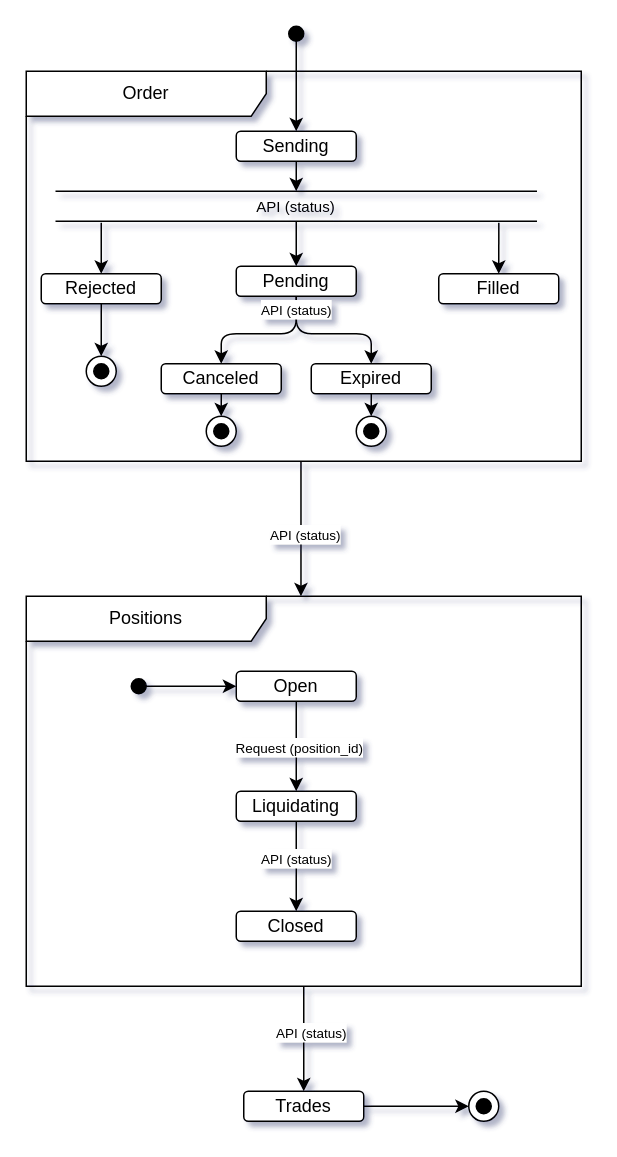
DPayne25/oms keeps this draw.io diagram as page "state" (1 of 3) of docs/diagrams/project_diagram.drawio. Above is the earlier version. Source tidied: cells renumbered, new cells numbered last; positions are measured from the earlier drawing's top-left corner, leaving out a move shared by most shapes. Both pictures are drawn from the tidied source at 150%, with x=0, y=0 at pixel (26, 26).
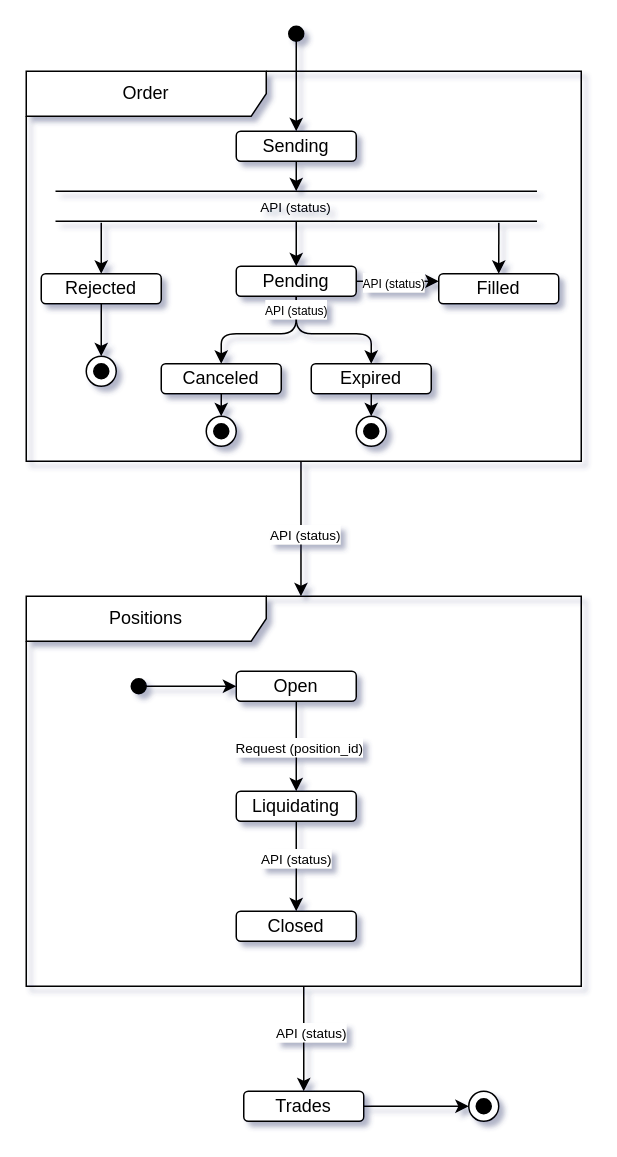
The same page after the edit.

Commit message (it also covers changes not shown here):
edit state diagram

The change refers to these unchanged cells:
```xml
<mxCell id="17" value="Order" style="shape=umlFrame;whiteSpace=wrap;html=1;width=160;" parent="16" vertex="1">
  <mxGeometry y="30" width="370" height="260" as="geometry" />
</mxCell>
<mxCell id="25" style="edgeStyle=none;html=1;exitX=0.5;exitY=1;exitDx=0;exitDy=0;entryX=0.5;entryY=0;entryDx=0;entryDy=0;" parent="23" edge="1" source="27" target="28">
  <mxGeometry relative="1" as="geometry">
    <Array as="points">
      <mxPoint x="90" y="45" />
      <mxPoint x="40" y="45" />
    </Array>
  </mxGeometry>
</mxCell>
<mxCell id="27" value="Pending" style="rounded=1;whiteSpace=wrap;html=1;" parent="23" vertex="1">
  <mxGeometry x="50" width="80" height="20" as="geometry" />
</mxCell>
```

Diff of the diagram source:
```diff
@@
-    <mxCell id="21" value="&lt;font style=&quot;font-size: 10px;&quot; face=&quot;Jet Brains Mono&quot;&gt;API (status)&lt;/font&gt;" style="shape=partialRectangle;whiteSpace=wrap;html=1;left=0;right=0;fillColor=none;" parent="17" vertex="1">
+    <mxCell id="21" value="&lt;font face=&quot;Helvetica&quot; style=&quot;font-size: 9px;&quot;&gt;API (status)&lt;/font&gt;" style="shape=partialRectangle;whiteSpace=wrap;html=1;left=0;right=0;fillColor=none;" parent="17" vertex="1">
       <mxGeometry x="20" y="80" width="320" height="20" as="geometry" />
     </mxCell>
@@
-    <mxCell id="26" value="&lt;font style=&quot;font-size: 9px;&quot;&gt;API (status)&lt;/font&gt;" style="edgeLabel;html=1;align=center;verticalAlign=middle;" parent="25" vertex="1">
+    <mxCell id="26" value="&lt;font style=&quot;font-size: 8px;&quot;&gt;API (status)&lt;/font&gt;" style="edgeLabel;html=1;align=center;verticalAlign=middle;" parent="25" vertex="1">
       <mxGeometry x="-0.83" y="-1" relative="1" as="geometry" />
     </mxCell>
@@
+    <mxCell id="46" style="edgeStyle=none;html=1;exitX=1;exitY=0.5;exitDx=0;exitDy=0;" parent="17" edge="1" source="27">
+      <mxGeometry relative="1" as="geometry">
+        <mxPoint x="275" y="140" as="targetPoint" />
+      </mxGeometry>
+    </mxCell>
+    <mxCell id="47" value="&lt;font style=&quot;font-size: 8px;&quot;&gt;API (status)&lt;/font&gt;" style="edgeLabel;html=1;align=center;verticalAlign=middle;" parent="46" vertex="1">
+      <mxGeometry x="-0.12" relative="1" as="geometry" />
+    </mxCell>
```
